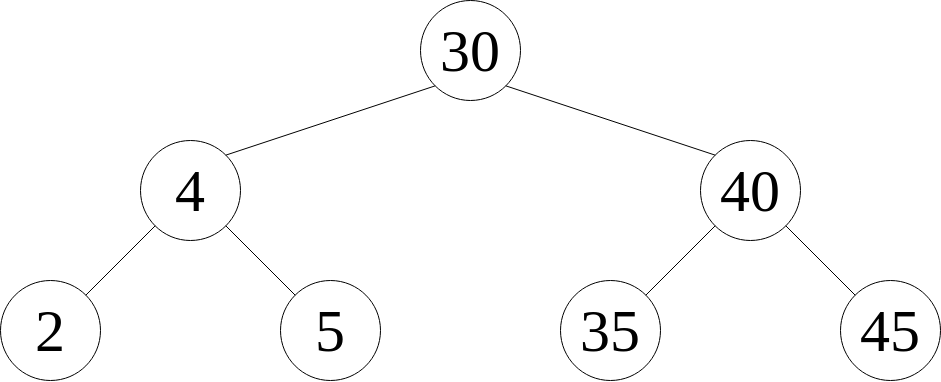
This is static/post-images/algo/tree7.png from coletonodonnell/coleton.io, a draw.io export, as it was before one commit. Source tidied: cells renumbered, new cells last; positions are measured from the earlier drawing's top-left corner, leaving out a move shared by most shapes.
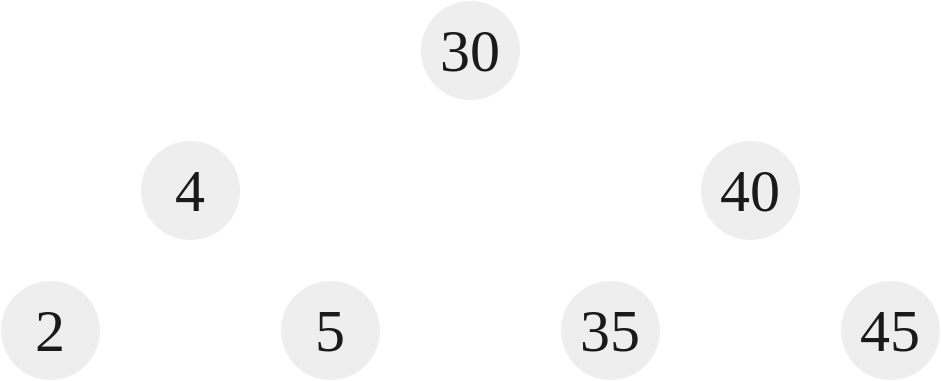
The same file after the commit.

What changed in the source:
```diff
@@ -2,43 +2,43 @@
   <root>
     <mxCell id="0" />
     <mxCell id="1" parent="0" />
-    <mxCell id="2" value="&lt;font style=&quot;font-size: 60px;&quot;&gt;30&lt;/font&gt;" style="ellipse;whiteSpace=wrap;html=1;labelBackgroundColor=none;shadow=0;rounded=1;" parent="1" vertex="1">
+    <mxCell id="2" value="&lt;font style=&quot;font-size: 60px;&quot;&gt;30&lt;/font&gt;" style="ellipse;whiteSpace=wrap;html=1;labelBackgroundColor=none;shadow=0;rounded=1;fillColor=#EEEEEE;strokeColor=#FFFFFF;fontColor=#1A1A1A;" parent="1" vertex="1">
       <mxGeometry x="420" width="100" height="100" as="geometry" />
     </mxCell>
-    <mxCell id="3" value="&lt;font style=&quot;font-size: 60px;&quot;&gt;4&lt;/font&gt;" style="ellipse;whiteSpace=wrap;html=1;labelBackgroundColor=none;strokeWidth=1;shadow=0;rounded=1;" parent="1" vertex="1">
+    <mxCell id="3" value="&lt;font style=&quot;font-size: 60px;&quot;&gt;4&lt;/font&gt;" style="ellipse;whiteSpace=wrap;html=1;labelBackgroundColor=none;strokeWidth=1;shadow=0;rounded=1;fillColor=#EEEEEE;strokeColor=#FFFFFF;fontColor=#1A1A1A;" parent="1" vertex="1">
       <mxGeometry x="140" y="140" width="100" height="100" as="geometry" />
     </mxCell>
-    <mxCell id="4" value="&lt;font style=&quot;font-size: 60px;&quot;&gt;40&lt;/font&gt;" style="ellipse;whiteSpace=wrap;html=1;labelBackgroundColor=none;shadow=0;rounded=1;" parent="1" vertex="1">
+    <mxCell id="4" value="&lt;font style=&quot;font-size: 60px;&quot;&gt;40&lt;/font&gt;" style="ellipse;whiteSpace=wrap;html=1;labelBackgroundColor=none;shadow=0;rounded=1;fillColor=#EEEEEE;strokeColor=#FFFFFF;fontColor=#1A1A1A;" parent="1" vertex="1">
       <mxGeometry x="700" y="140" width="100" height="100" as="geometry" />
     </mxCell>
-    <mxCell id="5" style="endArrow=none;html=1;rounded=1;entryX=0;entryY=1;entryDx=0;entryDy=0;labelBackgroundColor=none;fontColor=default;shadow=0;exitX=1;exitY=0;exitDx=0;exitDy=0;" parent="1" edge="1" source="3" target="2">
+    <mxCell id="5" style="endArrow=none;html=1;rounded=1;entryX=0;entryY=1;entryDx=0;entryDy=0;labelBackgroundColor=none;fontColor=default;shadow=0;exitX=1;exitY=0;exitDx=0;exitDy=0;strokeColor=#FFFFFF;" parent="1" edge="1" source="3" target="2">
       <mxGeometry relative="1" as="geometry" />
     </mxCell>
-    <mxCell id="6" style="endArrow=none;html=1;rounded=1;exitX=1;exitY=1;exitDx=0;exitDy=0;entryX=0;entryY=0;entryDx=0;entryDy=0;labelBackgroundColor=none;fontColor=default;shadow=0;" parent="1" edge="1" source="2" target="4">
+    <mxCell id="6" style="endArrow=none;html=1;rounded=1;exitX=1;exitY=1;exitDx=0;exitDy=0;entryX=0;entryY=0;entryDx=0;entryDy=0;labelBackgroundColor=none;fontColor=default;shadow=0;strokeColor=#FFFFFF;" parent="1" edge="1" source="2" target="4">
       <mxGeometry relative="1" as="geometry" />
     </mxCell>
-    <mxCell id="7" value="&lt;font style=&quot;font-size: 60px;&quot;&gt;2&lt;/font&gt;" style="ellipse;whiteSpace=wrap;html=1;labelBackgroundColor=none;strokeWidth=1;shadow=0;rounded=1;" parent="1" vertex="1">
+    <mxCell id="7" value="&lt;font style=&quot;font-size: 60px;&quot;&gt;2&lt;/font&gt;" style="ellipse;whiteSpace=wrap;html=1;labelBackgroundColor=none;strokeWidth=1;shadow=0;rounded=1;fillColor=#EEEEEE;strokeColor=#FFFFFF;fontColor=#1A1A1A;" parent="1" vertex="1">
       <mxGeometry y="280" width="100" height="100" as="geometry" />
     </mxCell>
-    <mxCell id="8" style="endArrow=none;html=1;rounded=1;entryX=0;entryY=1;entryDx=0;entryDy=0;labelBackgroundColor=none;fontColor=default;shadow=0;exitX=1;exitY=0;exitDx=0;exitDy=0;" parent="1" edge="1" source="7" target="3">
+    <mxCell id="8" style="endArrow=none;html=1;rounded=1;entryX=0;entryY=1;entryDx=0;entryDy=0;labelBackgroundColor=none;fontColor=default;shadow=0;exitX=1;exitY=0;exitDx=0;exitDy=0;strokeColor=#FFFFFF;" parent="1" edge="1" source="7" target="3">
       <mxGeometry relative="1" as="geometry" />
     </mxCell>
-    <mxCell id="9" value="&lt;font style=&quot;font-size: 60px;&quot;&gt;5&lt;/font&gt;" style="ellipse;whiteSpace=wrap;html=1;labelBackgroundColor=none;strokeWidth=1;shadow=0;rounded=1;" parent="1" vertex="1">
+    <mxCell id="9" value="&lt;font style=&quot;font-size: 60px;&quot;&gt;5&lt;/font&gt;" style="ellipse;whiteSpace=wrap;html=1;labelBackgroundColor=none;strokeWidth=1;shadow=0;rounded=1;fillColor=#EEEEEE;strokeColor=#FFFFFF;fontColor=#1A1A1A;" parent="1" vertex="1">
       <mxGeometry x="280" y="280" width="100" height="100" as="geometry" />
     </mxCell>
-    <mxCell id="10" style="endArrow=none;html=1;rounded=0;fontSize=60;entryX=1;entryY=1;entryDx=0;entryDy=0;exitX=0;exitY=0;exitDx=0;exitDy=0;labelBackgroundColor=none;fontColor=default;" parent="1" edge="1" source="9" target="3">
+    <mxCell id="10" style="endArrow=none;html=1;rounded=0;fontSize=60;entryX=1;entryY=1;entryDx=0;entryDy=0;exitX=0;exitY=0;exitDx=0;exitDy=0;labelBackgroundColor=none;fontColor=default;strokeColor=#FFFFFF;" parent="1" edge="1" source="9" target="3">
       <mxGeometry relative="1" as="geometry" />
     </mxCell>
-    <mxCell id="11" value="&lt;font style=&quot;font-size: 60px;&quot;&gt;35&lt;/font&gt;" style="ellipse;whiteSpace=wrap;html=1;labelBackgroundColor=none;strokeWidth=1;shadow=0;rounded=1;" parent="1" vertex="1">
+    <mxCell id="11" value="&lt;font style=&quot;font-size: 60px;&quot;&gt;35&lt;/font&gt;" style="ellipse;whiteSpace=wrap;html=1;labelBackgroundColor=none;strokeWidth=1;shadow=0;rounded=1;fillColor=#EEEEEE;strokeColor=#FFFFFF;fontColor=#1A1A1A;" parent="1" vertex="1">
       <mxGeometry x="560" y="280" width="100" height="100" as="geometry" />
     </mxCell>
-    <mxCell id="12" style="endArrow=none;html=1;rounded=1;entryX=0;entryY=1;entryDx=0;entryDy=0;labelBackgroundColor=none;fontColor=default;shadow=0;exitX=1;exitY=0;exitDx=0;exitDy=0;" parent="1" edge="1" source="11" target="4">
+    <mxCell id="12" style="endArrow=none;html=1;rounded=1;entryX=0;entryY=1;entryDx=0;entryDy=0;labelBackgroundColor=none;fontColor=default;shadow=0;exitX=1;exitY=0;exitDx=0;exitDy=0;strokeColor=#FFFFFF;" parent="1" edge="1" source="11" target="4">
       <mxGeometry relative="1" as="geometry" />
     </mxCell>
-    <mxCell id="13" value="&lt;font style=&quot;font-size: 60px;&quot;&gt;45&lt;/font&gt;" style="ellipse;whiteSpace=wrap;html=1;labelBackgroundColor=none;strokeWidth=1;shadow=0;rounded=1;" parent="1" vertex="1">
+    <mxCell id="13" value="&lt;font style=&quot;font-size: 60px;&quot;&gt;45&lt;/font&gt;" style="ellipse;whiteSpace=wrap;html=1;labelBackgroundColor=none;strokeWidth=1;shadow=0;rounded=1;fillColor=#EEEEEE;strokeColor=#FFFFFF;fontColor=#1A1A1A;" parent="1" vertex="1">
       <mxGeometry x="840" y="280" width="100" height="100" as="geometry" />
     </mxCell>
-    <mxCell id="14" style="endArrow=none;html=1;rounded=0;exitX=1;exitY=1;exitDx=0;exitDy=0;entryX=0;entryY=0;entryDx=0;entryDy=0;" parent="1" edge="1" source="4" target="13">
+    <mxCell id="14" style="endArrow=none;html=1;rounded=0;exitX=1;exitY=1;exitDx=0;exitDy=0;entryX=0;entryY=0;entryDx=0;entryDy=0;labelBackgroundColor=none;strokeColor=#FFFFFF;fontColor=default;" parent="1" edge="1" source="4" target="13">
       <mxGeometry relative="1" as="geometry" />
     </mxCell>
   </root>
```
